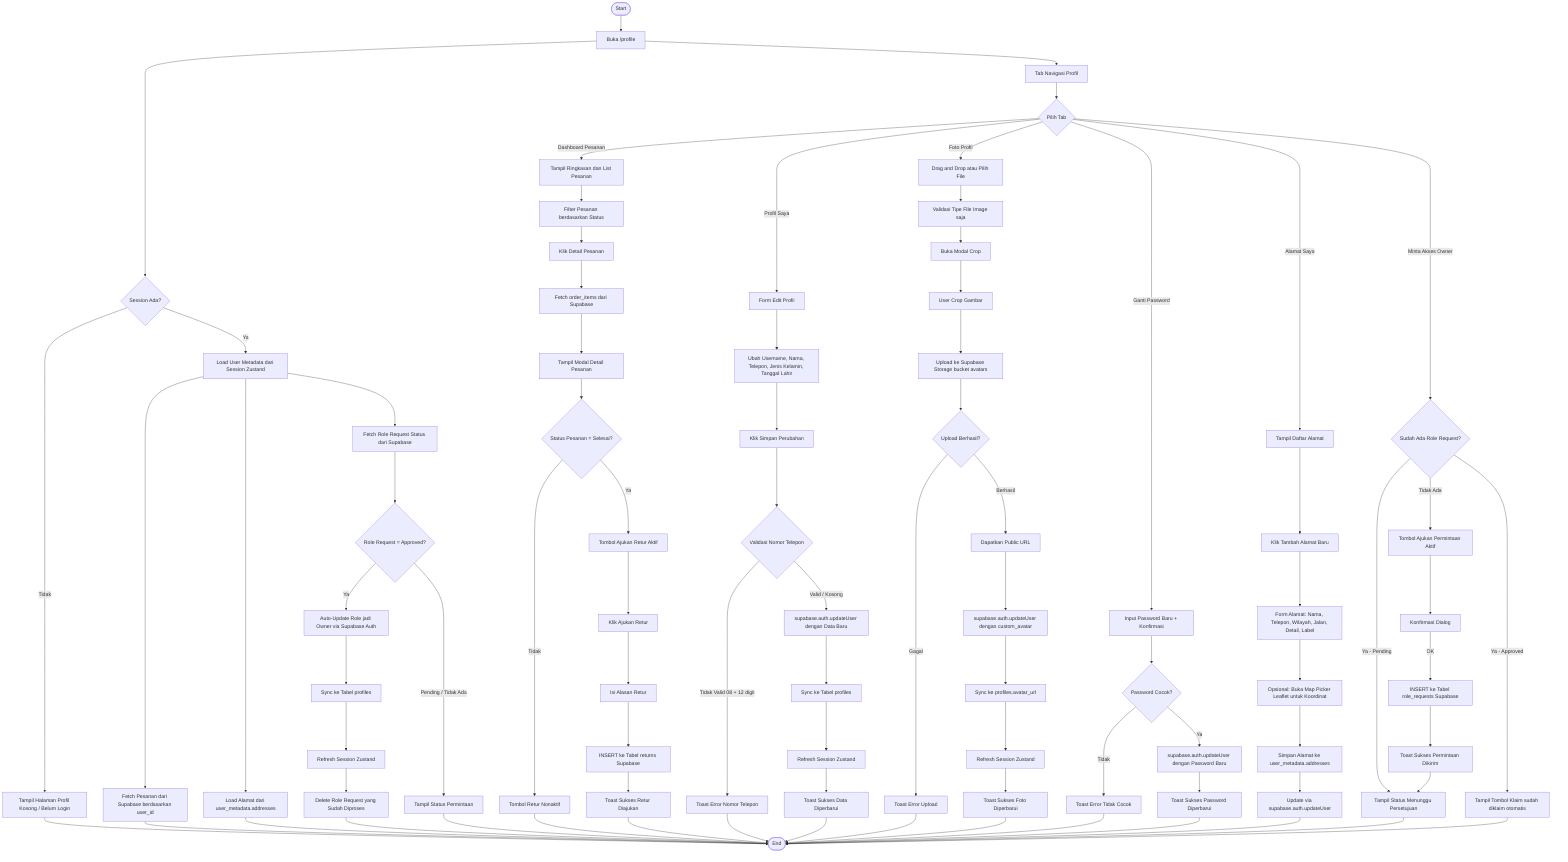
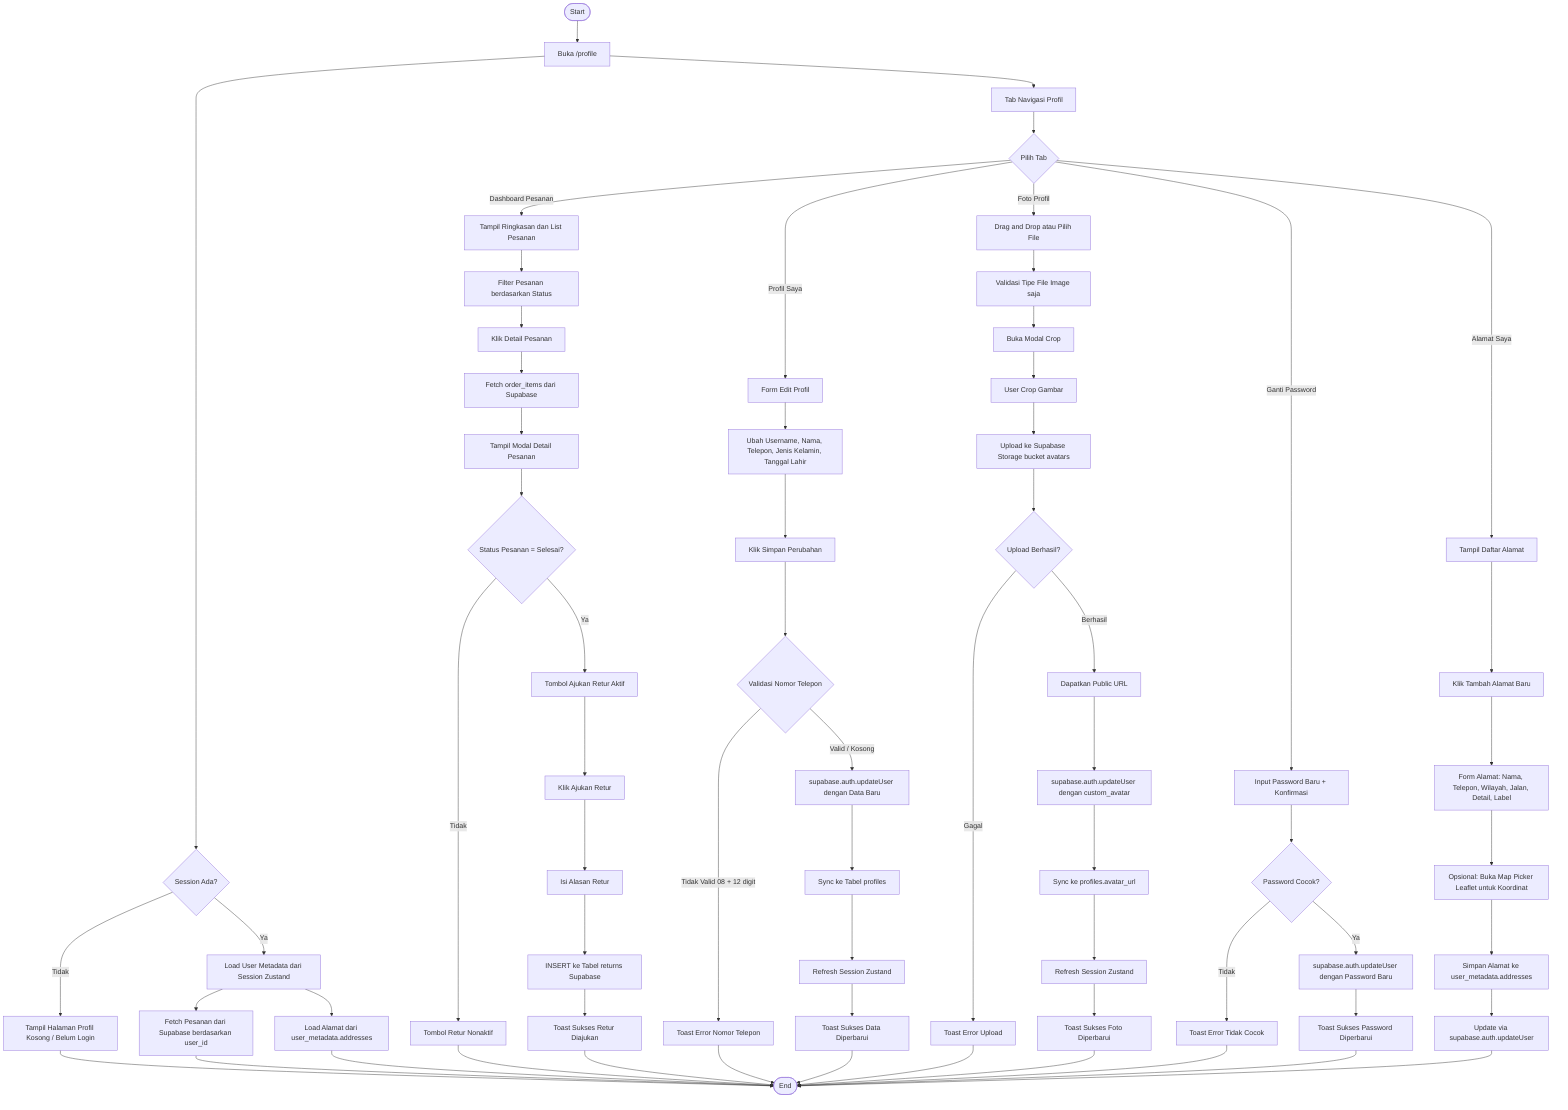
flowchart TD
    A([Start]) --> B[Buka /profile]
    B --> C{Session Ada?}
    C -->|Tidak| D[Tampil Halaman Profil Kosong / Belum Login]
    C -->|Ya| E[Load User Metadata dari Session Zustand]
    E --> F[Fetch Pesanan dari Supabase berdasarkan user_id]
-     E --> G[Fetch Role Request Status dari Supabase]
    E --> H[Load Alamat dari user_metadata.addresses]
- 
-     G --> I{Role Request = Approved?}
-     I -->|Ya| J[Auto-Update Role jadi Owner via Supabase Auth]
-     J --> K[Sync ke Tabel profiles]
-     K --> L[Refresh Session Zustand]
-     L --> M[Delete Role Request yang Sudah Diproses]
-     I -->|Pending / Tidak Ada| N[Tampil Status Permintaan]

    B --> O[Tab Navigasi Profil]
    O --> P{Pilih Tab}

    P -->|Dashboard Pesanan| Q[Tampil Ringkasan dan List Pesanan]
    Q --> R[Filter Pesanan berdasarkan Status]
    R --> S[Klik Detail Pesanan]
    S --> T[Fetch order_items dari Supabase]
    T --> U[Tampil Modal Detail Pesanan]
    U --> V{Status Pesanan = Selesai?}
    V -->|Ya| W[Tombol Ajukan Retur Aktif]
    V -->|Tidak| X[Tombol Retur Nonaktif]
    W --> Y[Klik Ajukan Retur]
    Y --> Z[Isi Alasan Retur]
    Z --> AA[INSERT ke Tabel returns Supabase]
    AA --> AB[Toast Sukses Retur Diajukan]

    P -->|Profil Saya| AC[Form Edit Profil]
    AC --> AD[Ubah Username, Nama, Telepon, Jenis Kelamin, Tanggal Lahir]
    AD --> AE[Klik Simpan Perubahan]
    AE --> AF{Validasi Nomor Telepon}
    AF -->|Tidak Valid 08 + 12 digit| AG[Toast Error Nomor Telepon]
    AF -->|Valid / Kosong| AH[supabase.auth.updateUser dengan Data Baru]
    AH --> AI[Sync ke Tabel profiles]
    AI --> AJ[Refresh Session Zustand]
    AJ --> AK[Toast Sukses Data Diperbarui]

    P -->|Foto Profil| AL[Drag and Drop atau Pilih File]
    AL --> AM[Validasi Tipe File Image saja]
    AM --> AN[Buka Modal Crop]
    AN --> AO[User Crop Gambar]
    AO --> AP[Upload ke Supabase Storage bucket avatars]
    AP --> AQ{Upload Berhasil?}
    AQ -->|Gagal| AR[Toast Error Upload]
    AQ -->|Berhasil| AS[Dapatkan Public URL]
    AS --> AT[supabase.auth.updateUser dengan custom_avatar]
    AT --> AU[Sync ke profiles.avatar_url]
    AU --> AV[Refresh Session Zustand]
    AV --> AW[Toast Sukses Foto Diperbarui]

    P -->|Ganti Password| AX[Input Password Baru + Konfirmasi]
    AX --> AY{Password Cocok?}
    AY -->|Tidak| AZ[Toast Error Tidak Cocok]
    AY -->|Ya| BA[supabase.auth.updateUser dengan Password Baru]
    BA --> BB[Toast Sukses Password Diperbarui]

    P -->|Alamat Saya| BC[Tampil Daftar Alamat]
    BC --> BD[Klik Tambah Alamat Baru]
    BD --> BE[Form Alamat: Nama, Telepon, Wilayah, Jalan, Detail, Label]
    BE --> BF[Opsional: Buka Map Picker Leaflet untuk Koordinat]
    BF --> BG[Simpan Alamat ke user_metadata.addresses]
    BG --> BH[Update via supabase.auth.updateUser]

-     P -->|Minta Akses Owner| BI{Sudah Ada Role Request?}
-     BI -->|Ya - Pending| BJ[Tampil Status Menunggu Persetujuan]
-     BI -->|Ya - Approved| BK[Tampil Tombol Klaim sudah diklaim otomatis]
-     BI -->|Tidak Ada| BL[Tombol Ajukan Permintaan Aktif]
-     BL --> BM[Konfirmasi Dialog]
-     BM -->|OK| BN[INSERT ke Tabel role_requests Supabase]
-     BN --> BO[Toast Sukses Permintaan Dikirim]
-     BO --> BJ
- 
    %% Menambahkan oval End pada titik akhir
    D --> Z_END([End])
    F --> Z_END([End])
    H --> Z_END([End])
-     M --> Z_END([End])
-     N --> Z_END([End])
    X --> Z_END([End])
    AB --> Z_END([End])
    AG --> Z_END([End])
    AK --> Z_END([End])
    AR --> Z_END([End])
    AW --> Z_END([End])
    AZ --> Z_END([End])
    BB --> Z_END([End])
    BH --> Z_END([End])
-     BJ --> Z_END([End])
-     BK --> Z_END([End])
